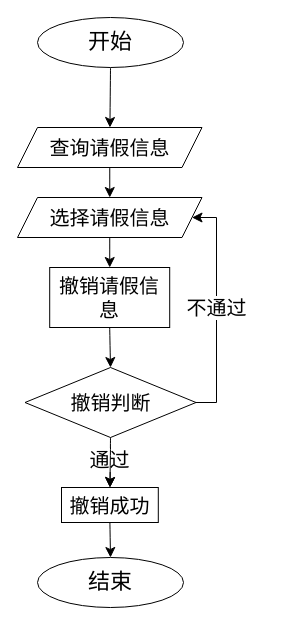
Earlier version of the draw.io diagram page "学生撤销请假申请流程图" (36 of 47) of 系统结构图.drawio (yuglei/design). Source tidied: cells renumbered, new cells numbered last; positions are measured from the earlier drawing's top-left corner, leaving out a move shared by most shapes. Both pictures are drawn from the tidied source at 100%, with x=0, y=0 at pixel (17, 17).
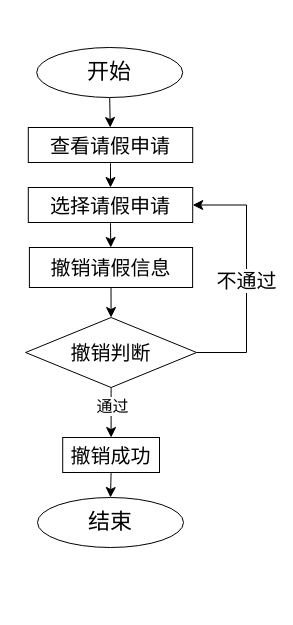
The same diagram, later.

Change to the diagram source:
```diff
@@
-    <mxCell id="2" style="edgeStyle=none;curved=1;rounded=0;jettySize=auto;html=1;exitX=0.5;exitY=1;exitDx=0;exitDy=0;fontSize=12;startSize=8;endSize=8;" parent="1" edge="1" source="3" target="5">
-      <mxGeometry relative="1" as="geometry" />
-    </mxCell>
+    <mxCell id="20" style="edgeStyle=none;curved=1;rounded=0;jettySize=auto;html=1;exitX=0.5;exitY=1;exitDx=0;exitDy=0;fontSize=12;startSize=8;endSize=8;" parent="1" edge="1" source="3" target="22">
+      <mxGeometry relative="1" as="geometry" />
+    </mxCell>
     <mxCell id="3" value="&lt;font style=&quot;font-size: 22px;&quot;&gt;开始&lt;/font&gt;" style="ellipse;whiteSpace=wrap;html=1;" parent="1" vertex="1">
-      <mxGeometry x="20" width="146" height="50" as="geometry" />
+      <mxGeometry x="19.2" y="30" width="146" height="50" as="geometry" />
     </mxCell>
-    <mxCell id="4" style="edgeStyle=none;curved=1;rounded=0;jettySize=auto;html=1;exitX=0.5;exitY=1;exitDx=0;exitDy=0;entryX=0.5;entryY=0;entryDx=0;entryDy=0;fontSize=12;startSize=8;endSize=8;" parent="1" edge="1" source="5" target="17">
-      <mxGeometry relative="1" as="geometry" />
-    </mxCell>
-    <mxCell id="5" value="&lt;span style=&quot;font-size: 20px;&quot;&gt;查询请假信息&lt;/span&gt;" style="shape=parallelogram;perimeter=parallelogramPerimeter;whiteSpace=wrap;html=1;fixedSize=1;" parent="1" vertex="1">
-      <mxGeometry y="110" width="184.5" height="40" as="geometry" />
-    </mxCell>
-    <mxCell id="6" style="edgeStyle=none;curved=1;rounded=0;jettySize=auto;html=1;fontSize=12;startSize=8;endSize=8;exitX=0.5;exitY=1;exitDx=0;exitDy=0;" parent="1" edge="1" source="13">
-      <mxGeometry relative="1" as="geometry">
-        <mxPoint x="93" y="370" as="targetPoint" />
-      </mxGeometry>
-    </mxCell>
@@
     <mxCell id="8" value="&lt;font style=&quot;font-size: 22px;&quot;&gt;结束&lt;/font&gt;" style="ellipse;whiteSpace=wrap;html=1;" parent="1" vertex="1">
-      <mxGeometry x="20" y="540" width="146" height="50" as="geometry" />
+      <mxGeometry x="20" y="480" width="146" height="50" as="geometry" />
     </mxCell>
-    <mxCell id="9" style="edgeStyle=orthogonalEdgeStyle;rounded=0;jettySize=auto;html=1;exitX=1;exitY=0.5;exitDx=0;exitDy=0;entryX=1;entryY=0.5;entryDx=0;entryDy=0;fontSize=12;startSize=8;endSize=8;" parent="1" edge="1" source="13" target="17">
+    <mxCell id="9" style="edgeStyle=orthogonalEdgeStyle;rounded=0;jettySize=auto;html=1;exitX=1;exitY=0.5;exitDx=0;exitDy=0;entryX=1;entryY=0.5;entryDx=0;entryDy=0;fontSize=12;startSize=8;endSize=8;" parent="1" edge="1" source="13" target="23">
       <mxGeometry relative="1" as="geometry">
         <Array as="points">
-          <mxPoint x="199" y="385" />
-          <mxPoint x="199" y="200" />
+          <mxPoint x="229" y="335" />
+          <mxPoint x="229" y="188" />
         </Array>
       </mxGeometry>
     </mxCell>
@@
-    <mxCell id="11" style="edgeStyle=none;curved=1;rounded=0;jettySize=auto;html=1;exitX=0.5;exitY=1;exitDx=0;exitDy=0;fontSize=12;startSize=8;endSize=8;" parent="1" edge="1" source="13" target="15">
-      <mxGeometry relative="1" as="geometry" />
-    </mxCell>
-    <mxCell id="12" value="&lt;font style=&quot;font-size: 20px;&quot;&gt;通过&lt;/font&gt;" style="edgeLabel;html=1;align=center;verticalAlign=middle;fontSize=12;" parent="11" vertex="1">
-      <mxGeometry x="-0.16" y="5" relative="1" as="geometry">
-        <mxPoint x="-6" as="offset" />
-      </mxGeometry>
-    </mxCell>
     <mxCell id="13" value="&lt;span style=&quot;font-size: 20px;&quot;&gt;撤销判断&lt;/span&gt;" style="rhombus;whiteSpace=wrap;html=1;" parent="1" vertex="1">
-      <mxGeometry x="7.5" y="350" width="171" height="70" as="geometry" />
+      <mxGeometry x="8.1" y="300" width="171" height="70" as="geometry" />
     </mxCell>
-    <mxCell id="14" style="edgeStyle=none;curved=1;rounded=0;jettySize=auto;html=1;exitX=0.5;exitY=1;exitDx=0;exitDy=0;entryX=0.5;entryY=0;entryDx=0;entryDy=0;fontSize=12;startSize=8;endSize=8;" parent="1" edge="1" target="15">
-      <mxGeometry relative="1" as="geometry">
-        <mxPoint x="93" y="430" as="sourcePoint" />
-      </mxGeometry>
+    <mxCell id="14" style="edgeStyle=none;curved=1;rounded=0;jettySize=auto;html=1;exitX=0.5;exitY=1;exitDx=0;exitDy=0;entryX=0.5;entryY=0;entryDx=0;entryDy=0;fontSize=12;startSize=8;endSize=8;" parent="1" edge="1" source="13" target="15">
+      <mxGeometry relative="1" as="geometry" />
     </mxCell>
+    <mxCell id="12" value="&lt;font style=&quot;font-size: 16px;&quot;&gt;通过&lt;/font&gt;" style="edgeLabel;html=1;align=center;verticalAlign=middle;fontSize=12;" parent="14" vertex="1">
+      <mxGeometry x="-0.28" y="1" relative="1" as="geometry" />
+    </mxCell>
     <mxCell id="15" value="&lt;span style=&quot;font-size: 20px;&quot;&gt;撤销成功&lt;/span&gt;" style="rounded=0;whiteSpace=wrap;html=1;" parent="1" vertex="1">
-      <mxGeometry x="44" y="470" width="96.8" height="35" as="geometry" />
+      <mxGeometry x="45.2" y="420" width="96.8" height="35" as="geometry" />
     </mxCell>
-    <mxCell id="16" style="edgeStyle=none;curved=1;rounded=0;jettySize=auto;html=1;exitX=0.5;exitY=1;exitDx=0;exitDy=0;fontSize=12;startSize=8;endSize=8;" parent="1" edge="1" source="17" target="19">
+    <mxCell id="16" style="edgeStyle=none;curved=1;rounded=0;jettySize=auto;html=1;exitX=0.5;exitY=1;exitDx=0;exitDy=0;fontSize=12;startSize=8;endSize=8;" parent="1" edge="1" source="23" target="19">
       <mxGeometry relative="1" as="geometry" />
     </mxCell>
-    <mxCell id="17" value="&lt;span style=&quot;font-size: 20px;&quot;&gt;选择请假信息&lt;/span&gt;" style="shape=parallelogram;perimeter=parallelogramPerimeter;whiteSpace=wrap;html=1;fixedSize=1;" parent="1" vertex="1">
-      <mxGeometry y="180" width="184.5" height="40" as="geometry" />
-    </mxCell>
@@
     <mxCell id="19" value="&lt;span style=&quot;font-size: 20px;&quot;&gt;撤销请假信息&lt;/span&gt;" style="rounded=0;whiteSpace=wrap;html=1;" parent="1" vertex="1">
-      <mxGeometry x="32.2" y="250" width="120" height="60" as="geometry" />
+      <mxGeometry x="11.9" y="230" width="163.2" height="40" as="geometry" />
     </mxCell>
+    <mxCell id="21" style="edgeStyle=none;curved=1;rounded=0;jettySize=auto;html=1;exitX=0.5;exitY=1;exitDx=0;exitDy=0;fontSize=12;startSize=8;endSize=8;entryX=0.5;entryY=0;entryDx=0;entryDy=0;" parent="1" edge="1" source="22" target="23">
+      <mxGeometry relative="1" as="geometry" />
+    </mxCell>
+    <mxCell id="22" value="&lt;span style=&quot;font-size: 20px;&quot;&gt;查看请假申请&lt;/span&gt;" style="rounded=0;whiteSpace=wrap;html=1;" parent="1" vertex="1">
+      <mxGeometry x="10.8" y="110" width="164.4" height="35" as="geometry" />
+    </mxCell>
+    <mxCell id="23" value="&lt;span style=&quot;font-size: 20px;&quot;&gt;选择请假申请&lt;/span&gt;" style="rounded=0;whiteSpace=wrap;html=1;" parent="1" vertex="1">
+      <mxGeometry x="10.8" y="170" width="164.4" height="35" as="geometry" />
+    </mxCell>
```
